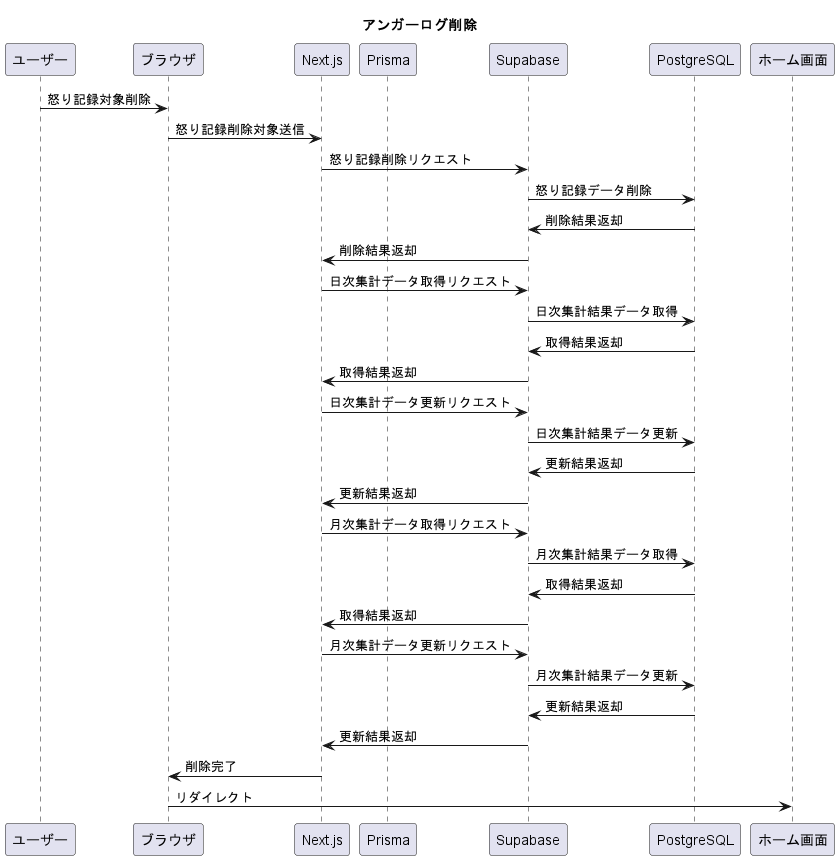
The PlantUML diagram uml/out/angerLog/funcAngerLogDelete/funcAngerLogDelete.png in washogo/angerLogApp, before a commit.
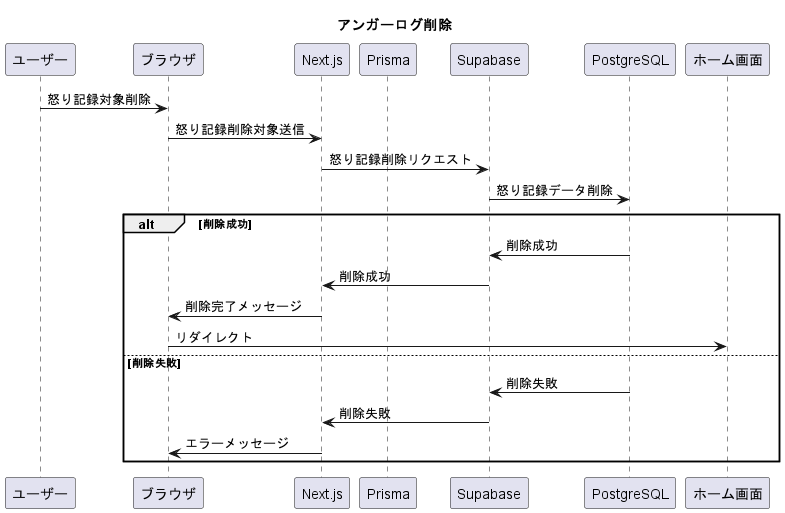
Above is the later version.

The edit, as a diff of the source:
```diff
@@ -12,24 +12,14 @@
 ブラウザ -> Next.js: 怒り記録削除対象送信
 Next.js -> Supabase: 怒り記録削除リクエスト
 Supabase -> PostgreSQL: 怒り記録データ削除
-PostgreSQL -> Supabase: 削除結果返却
-Supabase -> Next.js: 削除結果返却
-Next.js -> Supabase: 日次集計データ取得リクエスト
-Supabase -> PostgreSQL: 日次集計結果データ取得
-PostgreSQL -> Supabase: 取得結果返却
-Supabase -> Next.js: 取得結果返却
-Next.js -> Supabase: 日次集計データ更新リクエスト
-Supabase -> PostgreSQL: 日次集計結果データ更新
-PostgreSQL -> Supabase: 更新結果返却
-Supabase -> Next.js: 更新結果返却
-Next.js -> Supabase: 月次集計データ取得リクエスト
-Supabase -> PostgreSQL: 月次集計結果データ取得
-PostgreSQL -> Supabase: 取得結果返却
-Supabase -> Next.js: 取得結果返却
-Next.js -> Supabase: 月次集計データ更新リクエスト
-Supabase -> PostgreSQL: 月次集計結果データ更新
-PostgreSQL -> Supabase: 更新結果返却
-Supabase -> Next.js: 更新結果返却
-Next.js -> ブラウザ: 削除完了
-ブラウザ -> ホーム画面: リダイレクト
+alt 削除成功
+  PostgreSQL -> Supabase: 削除成功
+  Supabase -> Next.js: 削除成功
+  Next.js -> ブラウザ: 削除完了メッセージ
+  ブラウザ -> ホーム画面: リダイレクト
+else 削除失敗
+  PostgreSQL -> Supabase: 削除失敗
+  Supabase -> Next.js: 削除失敗
+  Next.js -> ブラウザ: エラーメッセージ
+end
 @enduml
```
